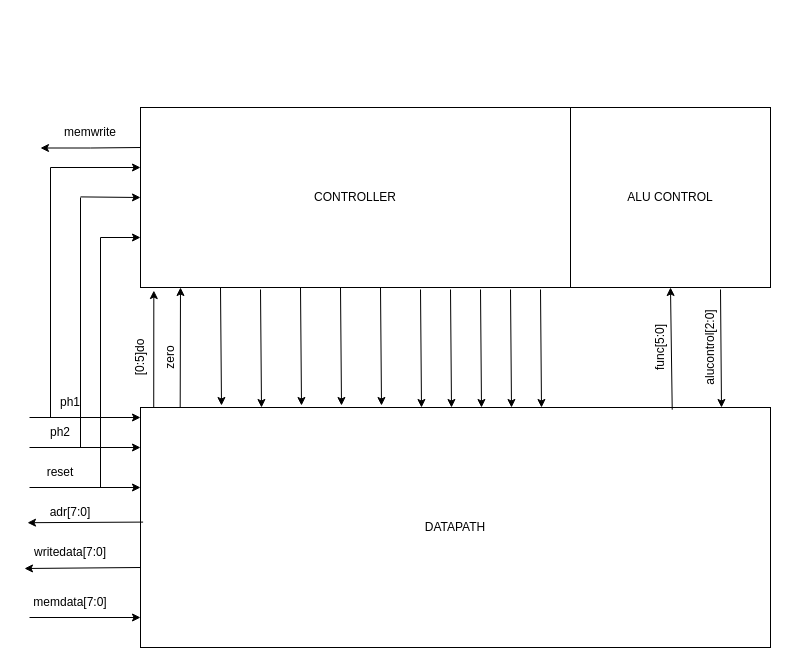
Earlier version of the draw.io diagram Untitled Diagram.drawio (kr-2003/architecture). Source tidied: cells renumbered, new cells numbered last; positions are measured from the earlier drawing's top-left corner, leaving out a move shared by most shapes. Both pictures are drawn from the tidied source at 100%, with x=0, y=0 at pixel (24, 107).
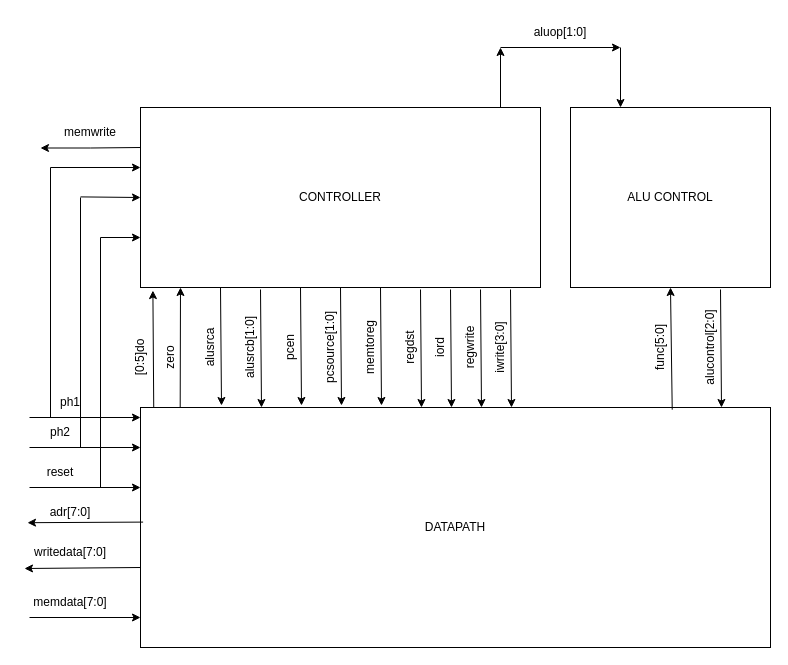
After the change.

The change refers to these unchanged cells:
```xml
<mxCell id="3" value="ALU CONTROL" style="rounded=0;whiteSpace=wrap;html=1;" parent="1" vertex="1">
  <mxGeometry x="546" width="200" height="180" as="geometry" />
</mxCell>
```

What changed in the source:
```diff
@@
     <mxCell id="2" value="CONTROLLER" style="rounded=0;whiteSpace=wrap;html=1;" parent="1" vertex="1">
-      <mxGeometry x="116" width="430" height="180" as="geometry" />
+      <mxGeometry x="116" width="400" height="180" as="geometry" />
     </mxCell>
@@
-    <mxCell id="15" style="endArrow=classic;html=1;rounded=0;exitX=0.59;exitY=1.02;exitDx=0;exitDy=0;exitPerimeter=0;entryX=0.877;entryY=-0.018;entryDx=0;entryDy=0;entryPerimeter=0;" parent="1" edge="1">
-      <mxGeometry relative="1" as="geometry">
-        <mxPoint x="516" y="182" as="sourcePoint" />
-        <mxPoint x="517" y="300" as="targetPoint" />
-      </mxGeometry>
-    </mxCell>
@@
+    <mxCell id="43" value="alusrca&lt;br&gt;" style="text;html=1;strokeColor=none;fillColor=none;align=center;verticalAlign=middle;whiteSpace=wrap;rounded=0;rotation=-90;" parent="1" vertex="1">
+      <mxGeometry x="156" y="230" width="60" height="20" as="geometry" />
+    </mxCell>
+    <mxCell id="44" value="alusrcb[1:0]" style="text;html=1;strokeColor=none;fillColor=none;align=center;verticalAlign=middle;whiteSpace=wrap;rounded=0;rotation=-90;" parent="1" vertex="1">
+      <mxGeometry x="196" y="230" width="60" height="20" as="geometry" />
+    </mxCell>
+    <mxCell id="45" value="pcen&lt;br&gt;" style="text;html=1;strokeColor=none;fillColor=none;align=center;verticalAlign=middle;whiteSpace=wrap;rounded=0;rotation=-90;" parent="1" vertex="1">
+      <mxGeometry x="236" y="230" width="60" height="20" as="geometry" />
+    </mxCell>
+    <mxCell id="46" value="pcsource[1:0]&lt;br&gt;" style="text;html=1;strokeColor=none;fillColor=none;align=center;verticalAlign=middle;whiteSpace=wrap;rounded=0;rotation=-90;" parent="1" vertex="1">
+      <mxGeometry x="276" y="230" width="60" height="20" as="geometry" />
+    </mxCell>
+    <mxCell id="47" value="memtoreg&lt;br&gt;" style="text;html=1;strokeColor=none;fillColor=none;align=center;verticalAlign=middle;whiteSpace=wrap;rounded=0;rotation=-90;" parent="1" vertex="1">
+      <mxGeometry x="316" y="230" width="60" height="20" as="geometry" />
+    </mxCell>
+    <mxCell id="48" value="regdst&lt;br&gt;" style="text;html=1;strokeColor=none;fillColor=none;align=center;verticalAlign=middle;whiteSpace=wrap;rounded=0;rotation=-90;" parent="1" vertex="1">
+      <mxGeometry x="356" y="230" width="60" height="20" as="geometry" />
+    </mxCell>
+    <mxCell id="49" value="iord&lt;br&gt;" style="text;html=1;strokeColor=none;fillColor=none;align=center;verticalAlign=middle;whiteSpace=wrap;rounded=0;rotation=-90;" parent="1" vertex="1">
+      <mxGeometry x="386" y="230" width="60" height="20" as="geometry" />
+    </mxCell>
+    <mxCell id="50" value="regwrite&lt;br&gt;" style="text;html=1;strokeColor=none;fillColor=none;align=center;verticalAlign=middle;whiteSpace=wrap;rounded=0;rotation=-90;" parent="1" vertex="1">
+      <mxGeometry x="416" y="230" width="60" height="20" as="geometry" />
+    </mxCell>
+    <mxCell id="51" value="iwrite[3:0]" style="text;html=1;strokeColor=none;fillColor=none;align=center;verticalAlign=middle;whiteSpace=wrap;rounded=0;rotation=-90;" parent="1" vertex="1">
+      <mxGeometry x="446" y="230" width="60" height="20" as="geometry" />
+    </mxCell>
+    <mxCell id="52" style="endArrow=classic;html=1;rounded=0;" parent="1" edge="1">
+      <mxGeometry relative="1" as="geometry">
+        <mxPoint x="476" as="sourcePoint" />
+        <mxPoint x="476" y="-60" as="targetPoint" />
+      </mxGeometry>
+    </mxCell>
+    <mxCell id="53" style="endArrow=classic;html=1;rounded=0;" parent="1" edge="1">
+      <mxGeometry relative="1" as="geometry">
+        <mxPoint x="476" y="-60" as="sourcePoint" />
+        <mxPoint x="596" y="-60" as="targetPoint" />
+      </mxGeometry>
+    </mxCell>
+    <mxCell id="54" style="endArrow=classic;html=1;rounded=0;entryX=0.25;entryY=0;entryDx=0;entryDy=0;" parent="1" edge="1" target="3">
+      <mxGeometry relative="1" as="geometry">
+        <mxPoint x="596" y="-60" as="sourcePoint" />
+      </mxGeometry>
+    </mxCell>
+    <mxCell id="55" value="aluop[1:0]" style="text;html=1;strokeColor=none;fillColor=none;align=center;verticalAlign=middle;whiteSpace=wrap;rounded=0;" parent="1" vertex="1">
+      <mxGeometry x="506" y="-90" width="60" height="30" as="geometry" />
+    </mxCell>
```
